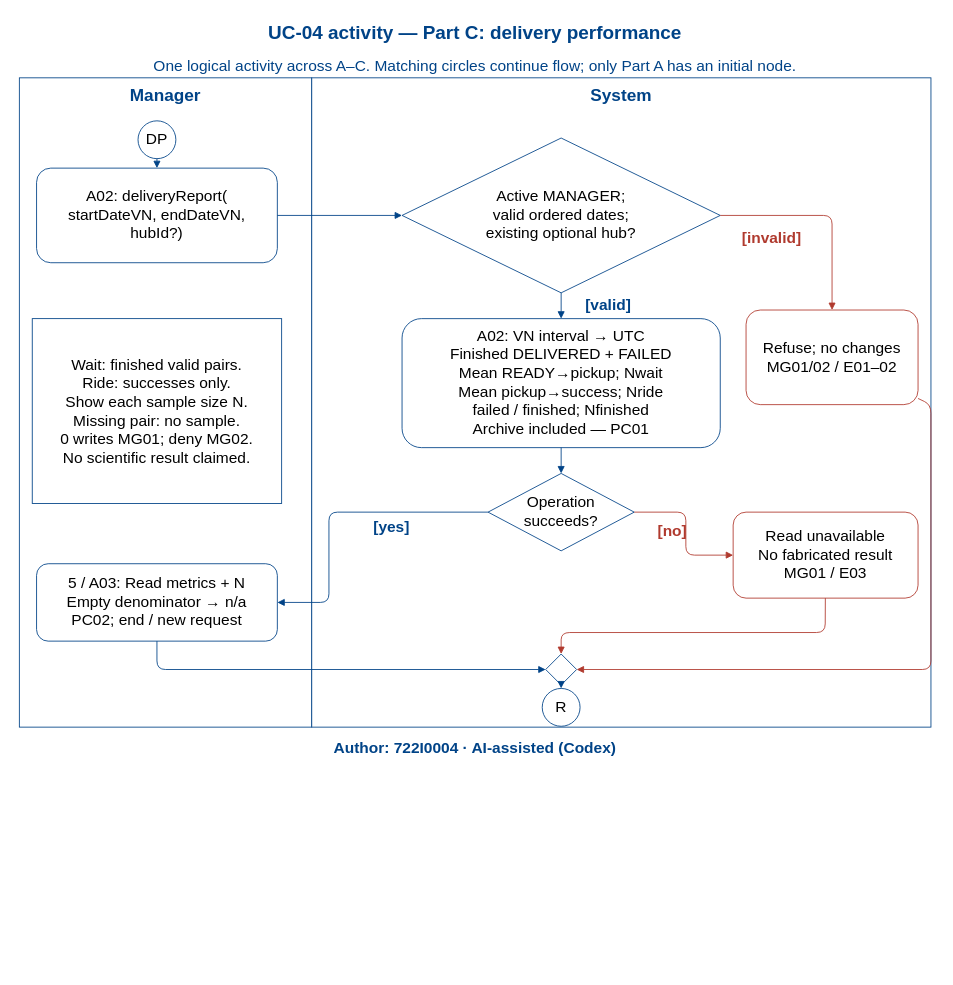
Above: models/UC-04/activity_uc04_PartC.drawio in Dat071104/SaigonBite (draw.io), before the change. Source tidied: cells renumbered, new cells numbered last; positions are measured from the earlier drawing's top-left corner, leaving out a move shared by most shapes. Both pictures are drawn from the tidied source at 86%, with x=0, y=0 at pixel (15, 15).
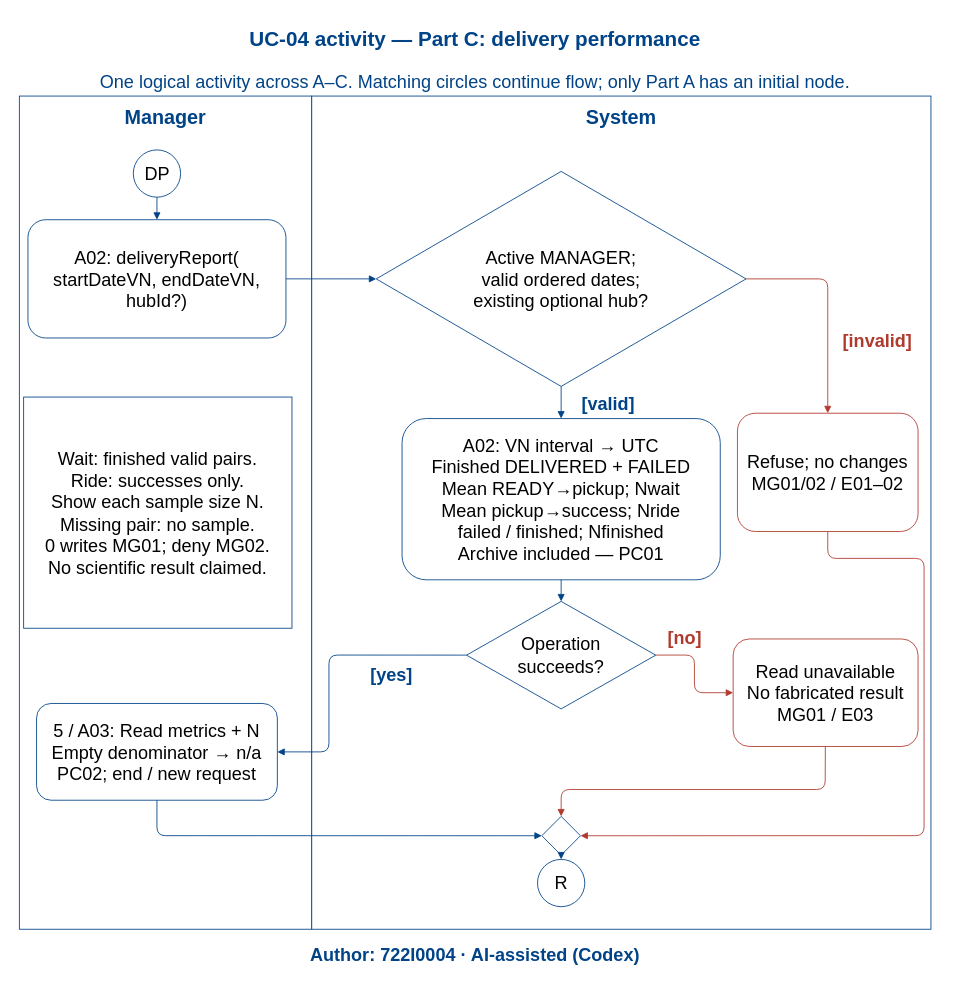
Above is the later version.

The edit, as a diff of the source:
```diff
@@
-    <mxCell id="2" value="UC-04 activity — Part C: delivery performance" style="text;html=0;whiteSpace=wrap;fontSize=22;fontColor=#004387;fontStyle=1;align=center;verticalAlign=middle;strokeColor=none;fillColor=none;" parent="1" vertex="1">
-      <mxGeometry x="5" width="1060" height="42" as="geometry" />
+    <mxCell id="2" value="UC-04 activity — Part C: delivery performance" style="text;html=0;whiteSpace=wrap;fontSize=24;fontColor=#004387;fontStyle=1;align=center;verticalAlign=middle;strokeColor=none;fillColor=none;" parent="1" vertex="1">
+      <mxGeometry x="5" y="3" width="1060" height="52.5" as="geometry" />
     </mxCell>
-    <mxCell id="3" value="Author: 722I0004 · AI-assisted (Codex)" style="text;html=0;whiteSpace=wrap;fontSize=18;fontColor=#004387;fontStyle=1;align=center;verticalAlign=middle;strokeColor=none;fillColor=none;" parent="1" vertex="1">
-      <mxGeometry x="5" y="838" width="1060" height="28" as="geometry" />
+    <mxCell id="3" value="Author: 722I0004 · AI-assisted (Codex)" style="text;html=0;whiteSpace=wrap;fontSize=21;fontColor=#004387;fontStyle=1;align=center;verticalAlign=middle;strokeColor=none;fillColor=none;" parent="1" vertex="1">
+      <mxGeometry x="5" y="1075.5" width="1060" height="35" as="geometry" />
     </mxCell>
-    <mxCell id="4" style="rounded=0;html=0;whiteSpace=wrap;strokeColor=#004387;fillColor=white;fontSize=18;align=center;verticalAlign=middle;" parent="1" vertex="1">
-      <mxGeometry x="5" y="73" width="340" height="755" as="geometry" />
+    <mxCell id="4" style="rounded=0;html=0;whiteSpace=wrap;strokeColor=#004387;fillColor=white;fontSize=21;align=center;verticalAlign=middle;" parent="1" vertex="1">
+      <mxGeometry x="5" y="94.2" width="340" height="968.8" as="geometry" />
     </mxCell>
-    <mxCell id="5" style="rounded=0;html=0;whiteSpace=wrap;strokeColor=#004387;fillColor=white;fontSize=18;align=center;verticalAlign=middle;" parent="1" vertex="1">
-      <mxGeometry x="345" y="73" width="720" height="755" as="geometry" />
+    <mxCell id="5" style="rounded=0;html=0;whiteSpace=wrap;strokeColor=#004387;fillColor=white;fontSize=21;align=center;verticalAlign=middle;" parent="1" vertex="1">
+      <mxGeometry x="345" y="94.2" width="720" height="968.8" as="geometry" />
     </mxCell>
-    <mxCell id="6" value="Manager" style="text;html=0;whiteSpace=wrap;fontSize=20;fontColor=#004387;fontStyle=1;align=center;verticalAlign=middle;strokeColor=none;fillColor=none;" parent="1" vertex="1">
-      <mxGeometry x="10" y="78" width="330" height="30" as="geometry" />
+    <mxCell id="6" value="Manager" style="text;html=0;whiteSpace=wrap;fontSize=23;fontColor=#004387;fontStyle=1;align=center;verticalAlign=middle;strokeColor=none;fillColor=none;" parent="1" vertex="1">
+      <mxGeometry x="10" y="100.5" width="330" height="37.5" as="geometry" />
     </mxCell>
-    <mxCell id="7" value="System" style="text;html=0;whiteSpace=wrap;fontSize=20;fontColor=#004387;fontStyle=1;align=center;verticalAlign=middle;strokeColor=none;fillColor=none;" parent="1" vertex="1">
-      <mxGeometry x="350" y="78" width="710" height="30" as="geometry" />
+    <mxCell id="7" value="System" style="text;html=0;whiteSpace=wrap;fontSize=23;fontColor=#004387;fontStyle=1;align=center;verticalAlign=middle;strokeColor=none;fillColor=none;" parent="1" vertex="1">
+      <mxGeometry x="350" y="100.5" width="710" height="37.5" as="geometry" />
     </mxCell>
-    <mxCell id="8" value="DP" style="ellipse;html=0;whiteSpace=wrap;strokeColor=#004387;fillColor=white;fontSize=18;align=center;verticalAlign=middle;" parent="1" vertex="1">
-      <mxGeometry x="143" y="123" width="44" height="44" as="geometry" />
+    <mxCell id="8" value="DP" style="ellipse;html=0;whiteSpace=wrap;strokeColor=#004387;fillColor=white;fontSize=21;align=center;verticalAlign=middle;" parent="1" vertex="1">
+      <mxGeometry x="137.5" y="156.8" width="55" height="55" as="geometry" />
     </mxCell>
-    <mxCell id="9" value="A02: deliveryReport(&#10;startDateVN, endDateVN,&#10;hubId?)" style="rounded=1;html=0;whiteSpace=wrap;strokeColor=#004387;fillColor=white;fontSize=18;align=center;verticalAlign=middle;" parent="1" vertex="1">
-      <mxGeometry x="25" y="178" width="280" height="110" as="geometry" />
+    <mxCell id="9" value="A02: deliveryReport(&#10;startDateVN, endDateVN,&#10;hubId?)" style="rounded=1;html=0;whiteSpace=wrap;strokeColor=#004387;fillColor=white;fontSize=21;align=center;verticalAlign=middle;" parent="1" vertex="1">
+      <mxGeometry x="15" y="238" width="300" height="137.5" as="geometry" />
     </mxCell>
-    <mxCell id="10" value="Active MANAGER;&#10;valid ordered dates;&#10;existing optional hub?" style="rhombus;html=0;whiteSpace=wrap;strokeColor=#004387;fillColor=white;fontSize=18;align=center;verticalAlign=middle;" parent="1" vertex="1">
-      <mxGeometry x="450" y="143" width="370" height="180" as="geometry" />
+    <mxCell id="10" value="Active MANAGER;&#10;valid ordered dates;&#10;existing optional hub?" style="rhombus;html=0;whiteSpace=wrap;strokeColor=#004387;fillColor=white;fontSize=21;align=center;verticalAlign=middle;" parent="1" vertex="1">
+      <mxGeometry x="420" y="181.8" width="430" height="250" as="geometry" />
     </mxCell>
-    <mxCell id="11" value="A02: VN interval → UTC&#10;Finished DELIVERED + FAILED&#10;Mean READY→pickup; Nwait&#10;Mean pickup→success; Nride&#10;failed / finished; Nfinished&#10;Archive included — PC01" style="rounded=1;html=0;whiteSpace=wrap;strokeColor=#004387;fillColor=white;fontSize=18;align=center;verticalAlign=middle;" parent="1" vertex="1">
-      <mxGeometry x="450" y="353" width="370" height="150" as="geometry" />
+    <mxCell id="11" value="A02: VN interval → UTC&#10;Finished DELIVERED + FAILED&#10;Mean READY→pickup; Nwait&#10;Mean pickup→success; Nride&#10;failed / finished; Nfinished&#10;Archive included — PC01" style="rounded=1;html=0;whiteSpace=wrap;strokeColor=#004387;fillColor=white;fontSize=21;align=center;verticalAlign=middle;" parent="1" vertex="1">
+      <mxGeometry x="450" y="469.2" width="370" height="187.5" as="geometry" />
     </mxCell>
-    <mxCell id="12" value="Operation&#10;succeeds?" style="rhombus;html=0;whiteSpace=wrap;strokeColor=#004387;fillColor=white;fontSize=18;align=center;verticalAlign=middle;" parent="1" vertex="1">
-      <mxGeometry x="550" y="533" width="170" height="90" as="geometry" />
+    <mxCell id="12" value="Operation&#10;succeeds?" style="rhombus;html=0;whiteSpace=wrap;strokeColor=#004387;fillColor=white;fontSize=21;align=center;verticalAlign=middle;" parent="1" vertex="1">
+      <mxGeometry x="525" y="681.8" width="220" height="125" as="geometry" />
     </mxCell>
-    <mxCell id="13" value="Refuse; no changes&#10;MG01/02 / E01–02" style="rounded=1;html=0;whiteSpace=wrap;strokeColor=#B03A2E;fillColor=white;fontSize=18;align=center;verticalAlign=middle;" parent="1" vertex="1">
-      <mxGeometry x="850" y="343" width="200" height="110" as="geometry" />
+    <mxCell id="13" value="Refuse; no changes&#10;MG01/02 / E01–02" style="rounded=1;html=0;whiteSpace=wrap;strokeColor=#B03A2E;fillColor=white;fontSize=21;align=center;verticalAlign=middle;" parent="1" vertex="1">
+      <mxGeometry x="840" y="463" width="210" height="137.5" as="geometry" />
     </mxCell>
-    <mxCell id="14" value="Read unavailable&#10;No fabricated result&#10;MG01 / E03" style="rounded=1;html=0;whiteSpace=wrap;strokeColor=#B03A2E;fillColor=white;fontSize=18;align=center;verticalAlign=middle;" parent="1" vertex="1">
-      <mxGeometry x="835" y="578" width="215" height="100" as="geometry" />
+    <mxCell id="14" value="Read unavailable&#10;No fabricated result&#10;MG01 / E03" style="rounded=1;html=0;whiteSpace=wrap;strokeColor=#B03A2E;fillColor=white;fontSize=21;align=center;verticalAlign=middle;" parent="1" vertex="1">
+      <mxGeometry x="835" y="725.5" width="215" height="125" as="geometry" />
     </mxCell>
-    <mxCell id="15" value="5 / A03: Read metrics + N&#10;Empty denominator → n/a&#10;PC02; end / new request" style="rounded=1;html=0;whiteSpace=wrap;strokeColor=#004387;fillColor=white;fontSize=18;align=center;verticalAlign=middle;" parent="1" vertex="1">
-      <mxGeometry x="25" y="638" width="280" height="90" as="geometry" />
+    <mxCell id="15" value="5 / A03: Read metrics + N&#10;Empty denominator → n/a&#10;PC02; end / new request" style="rounded=1;html=0;whiteSpace=wrap;strokeColor=#004387;fillColor=white;fontSize=21;align=center;verticalAlign=middle;" parent="1" vertex="1">
+      <mxGeometry x="25" y="800.5" width="280" height="112.5" as="geometry" />
     </mxCell>
-    <mxCell id="16" style="rhombus;html=0;whiteSpace=wrap;strokeColor=#004387;fillColor=white;fontSize=18;align=center;verticalAlign=middle;" parent="1" vertex="1">
-      <mxGeometry x="617" y="743" width="36" height="36" as="geometry" />
+    <mxCell id="16" style="rhombus;html=0;whiteSpace=wrap;strokeColor=#004387;fillColor=white;fontSize=21;align=center;verticalAlign=middle;" parent="1" vertex="1">
+      <mxGeometry x="612.5" y="931.8" width="45" height="45" as="geometry" />
     </mxCell>
-    <mxCell id="17" value="R" style="ellipse;html=0;whiteSpace=wrap;strokeColor=#004387;fillColor=white;fontSize=18;align=center;verticalAlign=middle;" parent="1" vertex="1">
-      <mxGeometry x="613" y="783" width="44" height="44" as="geometry" />
+    <mxCell id="17" value="R" style="ellipse;html=0;whiteSpace=wrap;strokeColor=#004387;fillColor=white;fontSize=21;align=center;verticalAlign=middle;" parent="1" vertex="1">
+      <mxGeometry x="607.5" y="981.8" width="55" height="55" as="geometry" />
     </mxCell>
-    <mxCell id="18" value="Wait: finished valid pairs.&#10;Ride: successes only.&#10;Show each sample size N.&#10;Missing pair: no sample.&#10;0 writes MG01; deny MG02.&#10;No scientific result claimed." style="rounded=0;html=0;whiteSpace=wrap;strokeColor=#004387;fillColor=white;fontSize=18;align=center;verticalAlign=middle;" parent="1" vertex="1">
-      <mxGeometry x="20" y="353" width="290" height="215" as="geometry" />
+    <mxCell id="18" value="Wait: finished valid pairs.&#10;Ride: successes only.&#10;Show each sample size N.&#10;Missing pair: no sample.&#10;0 writes MG01; deny MG02.&#10;No scientific result claimed." style="rounded=0;html=0;whiteSpace=wrap;strokeColor=#004387;fillColor=white;fontSize=21;align=center;verticalAlign=middle;" parent="1" vertex="1">
+      <mxGeometry x="10" y="444.2" width="312" height="268.8" as="geometry" />
     </mxCell>
@@
-    <mxCell id="22" value="[valid]" style="text;html=0;whiteSpace=wrap;fontSize=18;fontColor=#004387;fontStyle=1;align=center;verticalAlign=middle;strokeColor=none;fillColor=none;" parent="1" vertex="1">
-      <mxGeometry x="640" y="325" width="100" height="26" as="geometry" />
+    <mxCell id="22" value="[valid]" style="text;html=0;whiteSpace=wrap;fontSize=21;fontColor=#004387;fontStyle=1;align=center;verticalAlign=middle;strokeColor=none;fillColor=none;" parent="1" vertex="1">
+      <mxGeometry x="640" y="435.5" width="100" height="32.5" as="geometry" />
     </mxCell>
     <mxCell id="23" style="edgeStyle=none;html=0;endArrow=block;strokeColor=#B03A2E;" parent="1" edge="1" source="10" target="13">
       <mxGeometry relative="1" as="geometry">
         <Array as="points">
-          <mxPoint x="950" y="233" />
+          <mxPoint x="945" y="306.8" />
         </Array>
       </mxGeometry>
     </mxCell>
-    <mxCell id="24" value="[invalid]" style="text;html=0;whiteSpace=wrap;fontSize=18;fontColor=#B03A2E;fontStyle=1;align=center;verticalAlign=middle;strokeColor=none;fillColor=none;" parent="1" vertex="1">
-      <mxGeometry x="820" y="246" width="120" height="26" as="geometry" />
+    <mxCell id="24" value="[invalid]" style="text;html=0;whiteSpace=wrap;fontSize=21;fontColor=#B03A2E;fontStyle=1;align=center;verticalAlign=middle;strokeColor=none;fillColor=none;" parent="1" vertex="1">
+      <mxGeometry x="953" y="363" width="100" height="32.5" as="geometry" />
     </mxCell>
@@
     <mxCell id="26" style="edgeStyle=none;html=0;endArrow=block;strokeColor=#004387;" parent="1" edge="1" source="12" target="15">
       <mxGeometry relative="1" as="geometry">
         <Array as="points">
-          <mxPoint x="365" y="578" />
-          <mxPoint x="365" y="683" />
+          <mxPoint x="365" y="744.2" />
+          <mxPoint x="365" y="856.8" />
         </Array>
       </mxGeometry>
     </mxCell>
-    <mxCell id="27" value="[yes]" style="text;html=0;whiteSpace=wrap;fontSize=18;fontColor=#004387;fontStyle=1;align=center;verticalAlign=middle;strokeColor=none;fillColor=none;" parent="1" vertex="1">
-      <mxGeometry x="393" y="583" width="90" height="26" as="geometry" />
+    <mxCell id="27" value="[yes]" style="text;html=0;whiteSpace=wrap;fontSize=21;fontColor=#004387;fontStyle=1;align=center;verticalAlign=middle;strokeColor=none;fillColor=none;" parent="1" vertex="1">
+      <mxGeometry x="393" y="750.5" width="90" height="32.5" as="geometry" />
     </mxCell>
     <mxCell id="28" style="edgeStyle=none;html=0;endArrow=block;strokeColor=#B03A2E;" parent="1" edge="1" source="12" target="14">
       <mxGeometry relative="1" as="geometry">
         <Array as="points">
-          <mxPoint x="780" y="578" />
-          <mxPoint x="780" y="628" />
+          <mxPoint x="790" y="744.2" />
+          <mxPoint x="790" y="788" />
         </Array>
       </mxGeometry>
     </mxCell>
-    <mxCell id="29" value="[no]" style="text;html=0;whiteSpace=wrap;fontSize=18;fontColor=#B03A2E;fontStyle=1;align=center;verticalAlign=middle;strokeColor=none;fillColor=none;" parent="1" vertex="1">
-      <mxGeometry x="732" y="587" width="65" height="26" as="geometry" />
+    <mxCell id="29" value="[no]" style="text;html=0;whiteSpace=wrap;fontSize=21;fontColor=#B03A2E;fontStyle=1;align=center;verticalAlign=middle;strokeColor=none;fillColor=none;" parent="1" vertex="1">
+      <mxGeometry x="749" y="708" width="60" height="32.5" as="geometry" />
     </mxCell>
     <mxCell id="30" style="edgeStyle=none;html=0;endArrow=block;strokeColor=#B03A2E;" parent="1" edge="1" source="13" target="16">
       <mxGeometry relative="1" as="geometry">
         <Array as="points">
-          <mxPoint x="1065" y="453" />
-          <mxPoint x="1065" y="761" />
+          <mxPoint x="945" y="631.8" />
+          <mxPoint x="1057" y="631.8" />
+          <mxPoint x="1057" y="954.2" />
         </Array>
       </mxGeometry>
     </mxCell>
     <mxCell id="31" style="edgeStyle=none;html=0;endArrow=block;strokeColor=#B03A2E;" parent="1" edge="1" source="14" target="16">
       <mxGeometry relative="1" as="geometry">
         <Array as="points">
-          <mxPoint x="942" y="718" />
-          <mxPoint x="635" y="718" />
+          <mxPoint x="942" y="900.5" />
+          <mxPoint x="635" y="900.5" />
         </Array>
       </mxGeometry>
     </mxCell>
     <mxCell id="32" style="edgeStyle=none;html=0;endArrow=block;strokeColor=#004387;" parent="1" edge="1" source="15" target="16">
       <mxGeometry relative="1" as="geometry">
         <Array as="points">
-          <mxPoint x="165" y="761" />
+          <mxPoint x="165" y="954.2" />
         </Array>
       </mxGeometry>
     </mxCell>
@@
-    <mxCell id="34" value="One logical activity across A–C. Matching circles continue flow; only Part A has an initial node." style="text;html=0;whiteSpace=wrap;fontSize=18;fontColor=#004387;fontStyle=0;align=center;verticalAlign=middle;strokeColor=none;fillColor=none;" parent="1" vertex="1">
-      <mxGeometry y="46" width="1070" height="26" as="geometry" />
+    <mxCell id="34" value="One logical activity across A–C. Matching circles continue flow; only Part A has an initial node." style="text;html=0;whiteSpace=wrap;fontSize=21;fontColor=#004387;fontStyle=0;align=center;verticalAlign=middle;strokeColor=none;fillColor=none;" parent="1" vertex="1">
+      <mxGeometry y="60.5" width="1070" height="32.5" as="geometry" />
     </mxCell>
```
